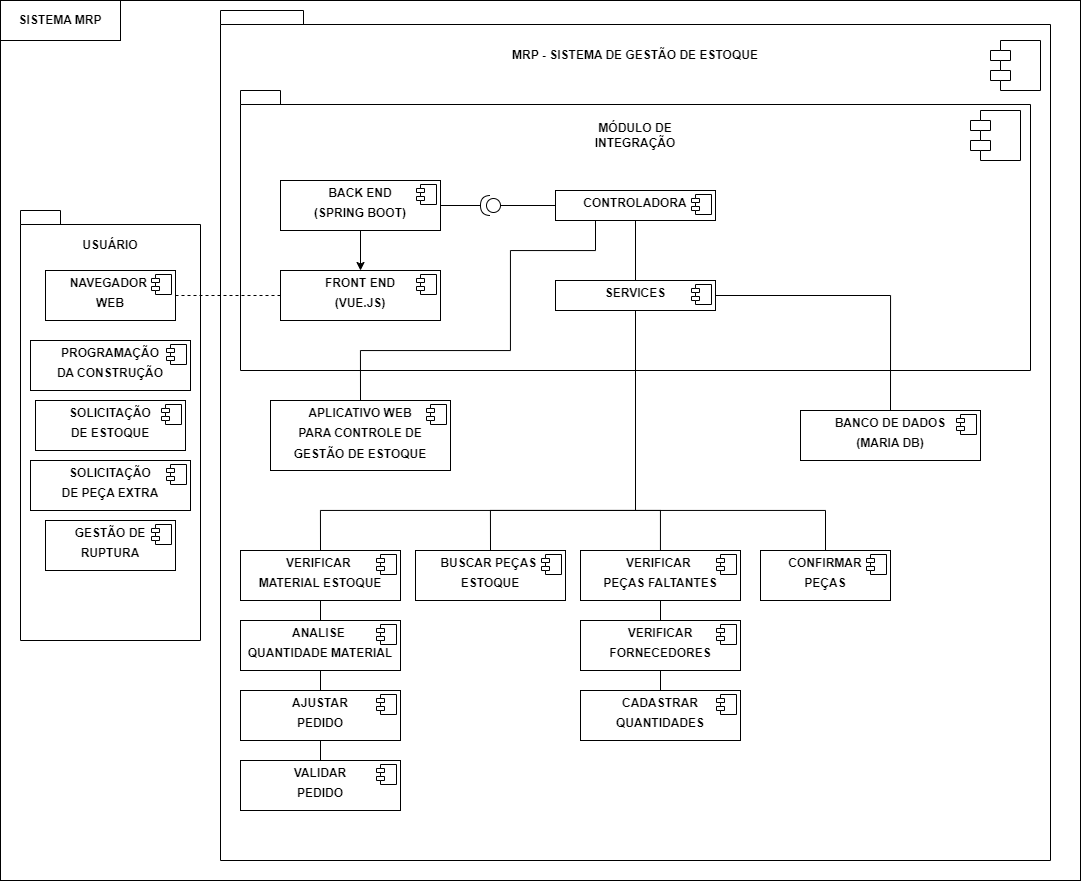
Above: docs/imagens/componentes.drawio.png in eduardobandeiramg/mrp (draw.io), before the change. Source tidied: cells renumbered, new cells last; positions are measured from the earlier drawing's top-left corner, leaving out a move shared by most shapes.
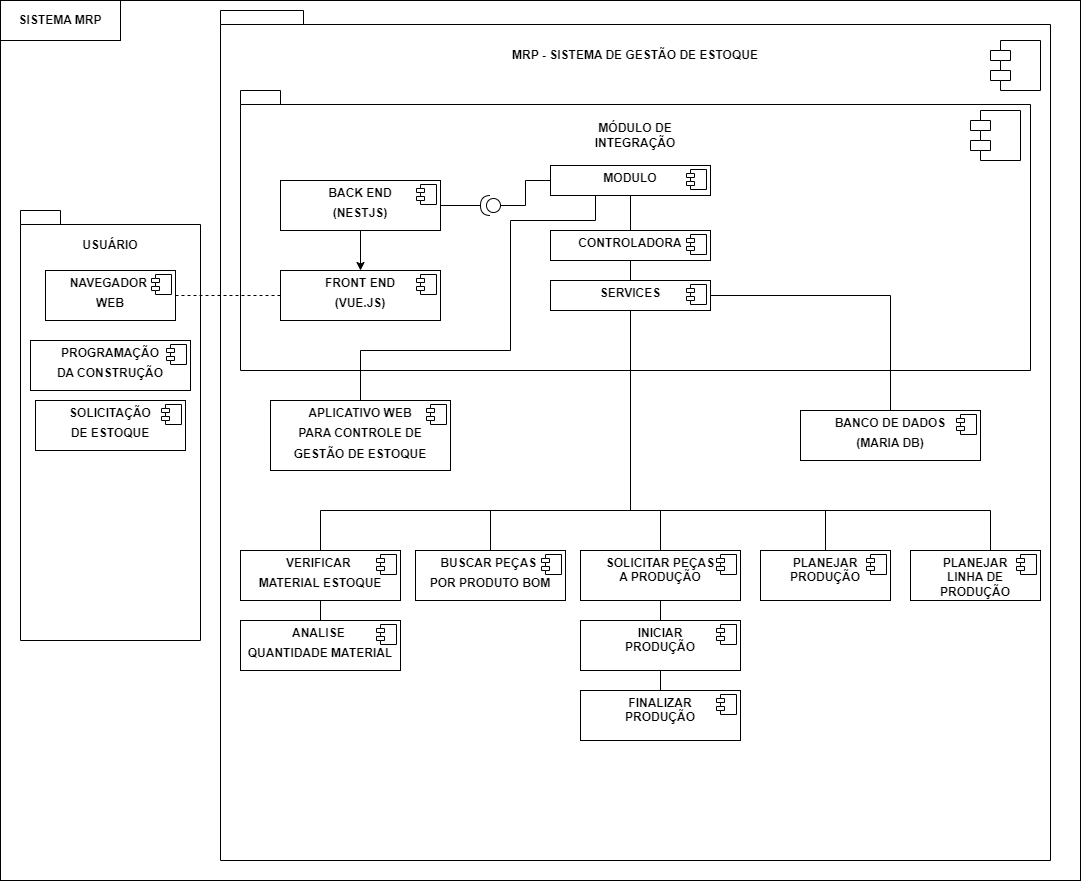
After the change.

Commit message:
atualizacao componentes

The edit, as a diff of the source:
```diff
@@ -17,7 +17,7 @@
     <mxCell id="6" style="shape=module;align=left;spacingLeft=20;align=center;verticalAlign=top;whiteSpace=wrap;html=1;" parent="1" vertex="1">
       <mxGeometry x="970" y="110" width="50" height="50" as="geometry" />
     </mxCell>
-    <mxCell id="7" value="&lt;p style=&quot;margin:0px;margin-top:6px;text-align:center;&quot;&gt;&lt;b&gt;CONFIRMAR&lt;/b&gt;&lt;/p&gt;&lt;p style=&quot;margin:0px;margin-top:6px;text-align:center;&quot;&gt;&lt;b&gt;PEÇAS&lt;/b&gt;&lt;/p&gt;" style="align=left;overflow=fill;html=1;whiteSpace=wrap;" parent="1" vertex="1">
+    <mxCell id="7" value="&lt;p style=&quot;margin:0px;margin-top:6px;text-align:center;&quot;&gt;&lt;b&gt;PLANEJAR PRODUÇÃO&lt;/b&gt;&lt;/p&gt;" style="align=left;overflow=fill;html=1;whiteSpace=wrap;" parent="1" vertex="1">
       <mxGeometry x="760" y="550" width="130" height="50" as="geometry" />
     </mxCell>
     <mxCell id="8" style="shape=component;jettyWidth=8;jettyHeight=4;" parent="7" vertex="1">
@@ -28,7 +28,7 @@
     <mxCell id="9" style="edgeStyle=none;html=1;exitX=0.5;exitY=1;exitDx=0;exitDy=0;entryX=0.5;entryY=0;entryDx=0;entryDy=0;endArrow=none;endFill=0;" parent="1" edge="1" source="10" target="68">
       <mxGeometry relative="1" as="geometry" />
     </mxCell>
-    <mxCell id="10" value="&lt;p style=&quot;margin:0px;margin-top:6px;text-align:center;&quot;&gt;&lt;b style=&quot;background-color: initial;&quot;&gt;VERIFICAR&amp;nbsp;&lt;/b&gt;&lt;/p&gt;&lt;p style=&quot;margin:0px;margin-top:6px;text-align:center;&quot;&gt;&lt;b style=&quot;background-color: initial;&quot;&gt;PEÇAS FALTANTES&lt;/b&gt;&lt;br&gt;&lt;/p&gt;" style="align=left;overflow=fill;html=1;whiteSpace=wrap;" parent="1" vertex="1">
+    <mxCell id="10" value="&lt;p style=&quot;margin:0px;margin-top:6px;text-align:center;&quot;&gt;&lt;b&gt;SOLICITAR PEÇAS&lt;br&gt;A PRODUÇÃO&lt;/b&gt;&lt;/p&gt;" style="align=left;overflow=fill;html=1;whiteSpace=wrap;" parent="1" vertex="1">
       <mxGeometry x="580" y="550" width="160" height="50" as="geometry" />
     </mxCell>
     <mxCell id="11" style="shape=component;jettyWidth=8;jettyHeight=4;" parent="10" vertex="1">
@@ -36,7 +36,7 @@
         <mxPoint x="-24" y="4" as="offset" />
       </mxGeometry>
     </mxCell>
-    <mxCell id="12" value="&lt;p style=&quot;margin:0px;margin-top:6px;text-align:center;&quot;&gt;&lt;b&gt;BUSCAR PEÇAS&amp;nbsp;&lt;/b&gt;&lt;/p&gt;&lt;p style=&quot;margin:0px;margin-top:6px;text-align:center;&quot;&gt;&lt;b&gt;ESTOQUE&lt;/b&gt;&lt;/p&gt;" style="align=left;overflow=fill;html=1;whiteSpace=wrap;" parent="1" vertex="1">
+    <mxCell id="12" value="&lt;p style=&quot;margin:0px;margin-top:6px;text-align:center;&quot;&gt;&lt;b&gt;BUSCAR PEÇAS&amp;nbsp;&lt;/b&gt;&lt;/p&gt;&lt;p style=&quot;margin:0px;margin-top:6px;text-align:center;&quot;&gt;&lt;b&gt;POR PRODUTO BOM&lt;/b&gt;&lt;/p&gt;" style="align=left;overflow=fill;html=1;whiteSpace=wrap;" parent="1" vertex="1">
       <mxGeometry x="415" y="550" width="150" height="50" as="geometry" />
     </mxCell>
     <mxCell id="13" style="shape=component;jettyWidth=8;jettyHeight=4;" parent="12" vertex="1">
@@ -78,7 +78,7 @@
     <mxCell id="23" style="edgeStyle=orthogonalEdgeStyle;rounded=0;jettySize=auto;html=1;exitX=0.5;exitY=1;exitDx=0;exitDy=0;entryX=0.5;entryY=0;entryDx=0;entryDy=0;" parent="1" edge="1" source="24" target="21">
       <mxGeometry relative="1" as="geometry" />
     </mxCell>
-    <mxCell id="24" value="&lt;p style=&quot;margin:0px;margin-top:6px;text-align:center;&quot;&gt;&lt;b&gt;BACK END&lt;/b&gt;&lt;/p&gt;&lt;p style=&quot;margin:0px;margin-top:6px;text-align:center;&quot;&gt;&lt;b&gt;(SPRING BOOT)&lt;/b&gt;&lt;/p&gt;" style="align=left;overflow=fill;html=1;whiteSpace=wrap;" parent="1" vertex="1">
+    <mxCell id="24" value="&lt;p style=&quot;margin:0px;margin-top:6px;text-align:center;&quot;&gt;&lt;b&gt;BACK END&lt;/b&gt;&lt;/p&gt;&lt;p style=&quot;margin:0px;margin-top:6px;text-align:center;&quot;&gt;&lt;b&gt;(NESTJS)&lt;/b&gt;&lt;/p&gt;" style="align=left;overflow=fill;html=1;whiteSpace=wrap;" parent="1" vertex="1">
       <mxGeometry x="280" y="180" width="160" height="50" as="geometry" />
     </mxCell>
     <mxCell id="25" style="shape=component;jettyWidth=8;jettyHeight=4;" parent="24" vertex="1">
@@ -86,11 +86,11 @@
         <mxPoint x="-24" y="4" as="offset" />
       </mxGeometry>
     </mxCell>
-    <mxCell id="26" style="edgeStyle=orthogonalEdgeStyle;rounded=0;jettySize=auto;html=1;exitX=0.5;exitY=1;exitDx=0;exitDy=0;entryX=0.5;entryY=0;entryDx=0;entryDy=0;endArrow=none;endFill=0;" parent="1" edge="1" source="27" target="34">
-      <mxGeometry relative="1" as="geometry" />
-    </mxCell>
+    <mxCell id="72" style="edgeStyle=orthogonalEdgeStyle;html=1;endArrow=none;endFill=0;" parent="1" edge="1" source="27" target="77">
+      <mxGeometry relative="1" as="geometry" />
+    </mxCell>
-    <mxCell id="27" value="&lt;p style=&quot;margin:0px;margin-top:6px;text-align:center;&quot;&gt;&lt;b&gt;CONTROLADORA&lt;/b&gt;&lt;/p&gt;" style="align=left;overflow=fill;html=1;whiteSpace=wrap;" parent="1" vertex="1">
-      <mxGeometry x="555" y="190" width="160" height="30" as="geometry" />
+    <mxCell id="27" value="&lt;p style=&quot;margin:0px;margin-top:6px;text-align:center;&quot;&gt;&lt;b&gt;MODULO&lt;/b&gt;&lt;/p&gt;" style="align=left;overflow=fill;html=1;whiteSpace=wrap;" parent="1" vertex="1">
+      <mxGeometry x="550" y="165" width="160" height="30" as="geometry" />
     </mxCell>
     <mxCell id="28" style="shape=component;jettyWidth=8;jettyHeight=4;" parent="27" vertex="1">
       <mxGeometry x="1" width="20" height="20" relative="1" as="geometry">
@@ -100,7 +100,7 @@
     <mxCell id="29" style="edgeStyle=orthogonalEdgeStyle;rounded=0;jettySize=auto;html=1;endArrow=none;endFill=0;" parent="1" edge="1" source="34" target="10">
       <mxGeometry relative="1" as="geometry">
         <Array as="points">
-          <mxPoint x="635" y="510" />
+          <mxPoint x="630" y="510" />
           <mxPoint x="660" y="510" />
         </Array>
       </mxGeometry>
@@ -108,7 +108,8 @@
     <mxCell id="30" style="edgeStyle=orthogonalEdgeStyle;rounded=0;jettySize=auto;html=1;exitX=0.5;exitY=1;exitDx=0;exitDy=0;entryX=0.5;entryY=0;entryDx=0;entryDy=0;endArrow=none;endFill=0;" parent="1" edge="1" source="34" target="12">
       <mxGeometry relative="1" as="geometry">
         <Array as="points">
-          <mxPoint x="635" y="510" />
+          <mxPoint x="630" y="310" />
+          <mxPoint x="630" y="510" />
           <mxPoint x="490" y="510" />
         </Array>
       </mxGeometry>
@@ -116,7 +117,8 @@
     <mxCell id="31" style="edgeStyle=orthogonalEdgeStyle;rounded=0;jettySize=auto;html=1;exitX=0.5;exitY=1;exitDx=0;exitDy=0;endArrow=none;endFill=0;" parent="1" edge="1" source="34" target="7">
       <mxGeometry relative="1" as="geometry">
         <Array as="points">
-          <mxPoint x="635" y="510" />
+          <mxPoint x="630" y="310" />
+          <mxPoint x="630" y="510" />
           <mxPoint x="825" y="510" />
         </Array>
       </mxGeometry>
@@ -124,7 +126,8 @@
     <mxCell id="32" style="edgeStyle=orthogonalEdgeStyle;rounded=0;jettySize=auto;html=1;exitX=0.5;exitY=1;exitDx=0;exitDy=0;entryX=0.5;entryY=0;entryDx=0;entryDy=0;endArrow=none;endFill=0;" parent="1" edge="1" source="34" target="15">
       <mxGeometry relative="1" as="geometry">
         <Array as="points">
-          <mxPoint x="635" y="510" />
+          <mxPoint x="630" y="310" />
+          <mxPoint x="630" y="510" />
           <mxPoint x="320" y="510" />
         </Array>
       </mxGeometry>
@@ -133,7 +136,7 @@
       <mxGeometry relative="1" as="geometry" />
     </mxCell>
     <mxCell id="34" value="&lt;p style=&quot;margin:0px;margin-top:6px;text-align:center;&quot;&gt;&lt;b&gt;SERVICES&lt;/b&gt;&lt;/p&gt;" style="align=left;overflow=fill;html=1;whiteSpace=wrap;" parent="1" vertex="1">
-      <mxGeometry x="555" y="280" width="160" height="30" as="geometry" />
+      <mxGeometry x="550" y="280" width="160" height="30" as="geometry" />
     </mxCell>
     <mxCell id="35" style="shape=component;jettyWidth=8;jettyHeight=4;" parent="34" vertex="1">
       <mxGeometry x="1" width="20" height="20" relative="1" as="geometry">
@@ -153,8 +156,9 @@
         <Array as="points">
           <mxPoint x="360" y="350" />
           <mxPoint x="510" y="350" />
-          <mxPoint x="510" y="250" />
-          <mxPoint x="595" y="250" />
+          <mxPoint x="510" y="220" />
+          <mxPoint x="595" y="220" />
+          <mxPoint x="595" y="195" />
         </Array>
       </mxGeometry>
     </mxCell>
@@ -202,22 +206,6 @@
         <mxPoint x="-24" y="4" as="offset" />
       </mxGeometry>
     </mxCell>
-    <mxCell id="51" value="&lt;p style=&quot;margin:0px;margin-top:6px;text-align:center;&quot;&gt;&lt;b&gt;SOLICITAÇÃO&lt;/b&gt;&lt;/p&gt;&lt;p style=&quot;margin:0px;margin-top:6px;text-align:center;&quot;&gt;&lt;b&gt;DE PEÇA EXTRA&lt;/b&gt;&lt;/p&gt;" style="align=left;overflow=fill;html=1;whiteSpace=wrap;" parent="42" vertex="1">
-      <mxGeometry x="10" y="250" width="160" height="50" as="geometry" />
-    </mxCell>
-    <mxCell id="52" style="shape=component;jettyWidth=8;jettyHeight=4;" parent="51" vertex="1">
-      <mxGeometry x="1" width="20" height="20" relative="1" as="geometry">
-        <mxPoint x="-24" y="4" as="offset" />
-      </mxGeometry>
-    </mxCell>
-    <mxCell id="53" value="&lt;p style=&quot;margin:0px;margin-top:6px;text-align:center;&quot;&gt;&lt;b&gt;GESTÃO DE&lt;/b&gt;&lt;/p&gt;&lt;p style=&quot;margin:0px;margin-top:6px;text-align:center;&quot;&gt;&lt;b&gt;RUPTURA&lt;/b&gt;&lt;/p&gt;" style="align=left;overflow=fill;html=1;whiteSpace=wrap;" parent="42" vertex="1">
-      <mxGeometry x="25" y="310" width="130" height="50" as="geometry" />
-    </mxCell>
-    <mxCell id="54" style="shape=component;jettyWidth=8;jettyHeight=4;" parent="53" vertex="1">
-      <mxGeometry x="1" width="20" height="20" relative="1" as="geometry">
-        <mxPoint x="-24" y="4" as="offset" />
-      </mxGeometry>
-    </mxCell>
     <mxCell id="55" style="edgeStyle=orthogonalEdgeStyle;rounded=0;jettySize=auto;html=1;exitX=1;exitY=0.5;exitDx=0;exitDy=0;endArrow=none;endFill=0;dashed=1;" parent="1" edge="1" source="44" target="21">
       <mxGeometry relative="1" as="geometry" />
     </mxCell>
@@ -230,9 +218,6 @@
     <mxCell id="58" style="edgeStyle=orthogonalEdgeStyle;rounded=0;jettySize=auto;html=1;exitX=0;exitY=0.5;exitDx=0;exitDy=0;entryX=0;entryY=0.5;entryDx=0;entryDy=0;entryPerimeter=0;endArrow=none;endFill=0;" parent="1" edge="1" source="27" target="57">
       <mxGeometry relative="1" as="geometry" />
     </mxCell>
-    <mxCell id="59" style="edgeStyle=orthogonalEdgeStyle;rounded=0;jettySize=auto;html=1;exitX=0.5;exitY=1;exitDx=0;exitDy=0;entryX=0.5;entryY=0;entryDx=0;entryDy=0;endArrow=none;endFill=0;" parent="1" edge="1" source="60" target="63">
-      <mxGeometry relative="1" as="geometry" />
-    </mxCell>
     <mxCell id="60" value="&lt;p style=&quot;margin:0px;margin-top:6px;text-align:center;&quot;&gt;&lt;b&gt;ANALISE&amp;nbsp;&lt;/b&gt;&lt;/p&gt;&lt;p style=&quot;margin:0px;margin-top:6px;text-align:center;&quot;&gt;&lt;b&gt;QUANTIDADE MATERIAL&lt;/b&gt;&lt;/p&gt;" style="align=left;overflow=fill;html=1;whiteSpace=wrap;" parent="1" vertex="1">
       <mxGeometry x="240" y="620" width="160" height="50" as="geometry" />
     </mxCell>
@@ -241,29 +226,10 @@
         <mxPoint x="-24" y="4" as="offset" />
       </mxGeometry>
     </mxCell>
-    <mxCell id="62" style="edgeStyle=orthogonalEdgeStyle;rounded=0;jettySize=auto;html=1;exitX=0.5;exitY=1;exitDx=0;exitDy=0;entryX=0.5;entryY=0;entryDx=0;entryDy=0;endArrow=none;endFill=0;" parent="1" edge="1" source="63" target="65">
-      <mxGeometry relative="1" as="geometry" />
-    </mxCell>
-    <mxCell id="63" value="&lt;p style=&quot;margin:0px;margin-top:6px;text-align:center;&quot;&gt;&lt;b&gt;AJUSTAR&lt;/b&gt;&lt;/p&gt;&lt;p style=&quot;margin:0px;margin-top:6px;text-align:center;&quot;&gt;&lt;b&gt;PEDIDO&lt;/b&gt;&lt;/p&gt;" style="align=left;overflow=fill;html=1;whiteSpace=wrap;" parent="1" vertex="1">
-      <mxGeometry x="240" y="690" width="160" height="50" as="geometry" />
-    </mxCell>
-    <mxCell id="64" style="shape=component;jettyWidth=8;jettyHeight=4;" parent="63" vertex="1">
-      <mxGeometry x="1" width="20" height="20" relative="1" as="geometry">
-        <mxPoint x="-24" y="4" as="offset" />
-      </mxGeometry>
-    </mxCell>
-    <mxCell id="65" value="&lt;p style=&quot;margin:0px;margin-top:6px;text-align:center;&quot;&gt;&lt;b&gt;VALIDAR&lt;/b&gt;&lt;/p&gt;&lt;p style=&quot;margin:0px;margin-top:6px;text-align:center;&quot;&gt;&lt;b&gt;PEDIDO&lt;/b&gt;&lt;/p&gt;" style="align=left;overflow=fill;html=1;whiteSpace=wrap;" parent="1" vertex="1">
-      <mxGeometry x="240" y="760" width="160" height="50" as="geometry" />
-    </mxCell>
-    <mxCell id="66" style="shape=component;jettyWidth=8;jettyHeight=4;" parent="65" vertex="1">
-      <mxGeometry x="1" width="20" height="20" relative="1" as="geometry">
-        <mxPoint x="-24" y="4" as="offset" />
-      </mxGeometry>
-    </mxCell>
     <mxCell id="67" style="edgeStyle=none;html=1;exitX=0.5;exitY=1;exitDx=0;exitDy=0;entryX=0.5;entryY=0;entryDx=0;entryDy=0;endArrow=none;endFill=0;" parent="1" edge="1" source="68" target="70">
       <mxGeometry relative="1" as="geometry" />
     </mxCell>
-    <mxCell id="68" value="&lt;p style=&quot;margin:0px;margin-top:6px;text-align:center;&quot;&gt;&lt;b&gt;VERIFICAR&lt;/b&gt;&lt;/p&gt;&lt;p style=&quot;margin:0px;margin-top:6px;text-align:center;&quot;&gt;&lt;b&gt;FORNECEDORES&lt;/b&gt;&lt;/p&gt;" style="align=left;overflow=fill;html=1;whiteSpace=wrap;" parent="1" vertex="1">
+    <mxCell id="68" value="&lt;p style=&quot;margin:0px;margin-top:6px;text-align:center;&quot;&gt;&lt;b&gt;INICIAR&lt;br&gt;PRODUÇÃO&lt;/b&gt;&lt;/p&gt;" style="align=left;overflow=fill;html=1;whiteSpace=wrap;" parent="1" vertex="1">
       <mxGeometry x="580" y="620" width="160" height="50" as="geometry" />
     </mxCell>
     <mxCell id="69" style="shape=component;jettyWidth=8;jettyHeight=4;" parent="68" vertex="1">
@@ -271,7 +237,7 @@
         <mxPoint x="-24" y="4" as="offset" />
       </mxGeometry>
     </mxCell>
-    <mxCell id="70" value="&lt;p style=&quot;margin:0px;margin-top:6px;text-align:center;&quot;&gt;&lt;b style=&quot;background-color: initial;&quot;&gt;CADASTRAR&lt;/b&gt;&lt;/p&gt;&lt;p style=&quot;margin:0px;margin-top:6px;text-align:center;&quot;&gt;&lt;b style=&quot;background-color: initial;&quot;&gt;QUANTIDADES&lt;/b&gt;&lt;/p&gt;" style="align=left;overflow=fill;html=1;whiteSpace=wrap;" parent="1" vertex="1">
+    <mxCell id="70" value="&lt;p style=&quot;margin:0px;margin-top:6px;text-align:center;&quot;&gt;&lt;b&gt;FINALIZAR&lt;br&gt;PRODUÇÃO&lt;/b&gt;&lt;/p&gt;" style="align=left;overflow=fill;html=1;whiteSpace=wrap;" parent="1" vertex="1">
       <mxGeometry x="580" y="690" width="160" height="50" as="geometry" />
     </mxCell>
     <mxCell id="71" style="shape=component;jettyWidth=8;jettyHeight=4;" parent="70" vertex="1">
@@ -279,5 +245,35 @@
         <mxPoint x="-24" y="4" as="offset" />
       </mxGeometry>
     </mxCell>
+    <mxCell id="73" value="&lt;p style=&quot;margin:0px;margin-top:6px;text-align:center;&quot;&gt;&lt;b&gt;PLANEJAR&lt;br&gt;LINHA DE&lt;br&gt;PRODUÇÃO&lt;/b&gt;&lt;/p&gt;" style="align=left;overflow=fill;html=1;whiteSpace=wrap;" parent="1" vertex="1">
+      <mxGeometry x="910" y="550" width="130" height="50" as="geometry" />
+    </mxCell>
+    <mxCell id="74" style="shape=component;jettyWidth=8;jettyHeight=4;" parent="73" vertex="1">
+      <mxGeometry x="1" width="20" height="20" relative="1" as="geometry">
+        <mxPoint x="-24" y="4" as="offset" />
+      </mxGeometry>
+    </mxCell>
+    <mxCell id="75" style="edgeStyle=orthogonalEdgeStyle;rounded=0;orthogonalLoop=1;jettySize=auto;html=1;exitX=0.5;exitY=1;exitDx=0;exitDy=0;endArrow=none;endFill=0;" parent="1" edge="1">
+      <mxGeometry relative="1" as="geometry">
+        <mxPoint x="640" y="310" as="sourcePoint" />
+        <mxPoint x="990" y="550" as="targetPoint" />
+        <Array as="points">
+          <mxPoint x="630" y="310" />
+          <mxPoint x="630" y="510" />
+          <mxPoint x="990" y="510" />
+        </Array>
+      </mxGeometry>
+    </mxCell>
+    <mxCell id="76" style="edgeStyle=orthogonalEdgeStyle;html=1;endArrow=none;endFill=0;" parent="1" edge="1" source="77" target="34">
+      <mxGeometry relative="1" as="geometry" />
+    </mxCell>
+    <mxCell id="77" value="&lt;p style=&quot;margin:0px;margin-top:6px;text-align:center;&quot;&gt;&lt;b&gt;CONTROLADORA&lt;/b&gt;&lt;/p&gt;" style="align=left;overflow=fill;html=1;whiteSpace=wrap;" parent="1" vertex="1">
+      <mxGeometry x="550" y="230" width="160" height="30" as="geometry" />
+    </mxCell>
+    <mxCell id="78" style="shape=component;jettyWidth=8;jettyHeight=4;" parent="77" vertex="1">
+      <mxGeometry x="1" width="20" height="20" relative="1" as="geometry">
+        <mxPoint x="-24" y="4" as="offset" />
+      </mxGeometry>
+    </mxCell>
   </root>
 </mxGraphModel>
```
